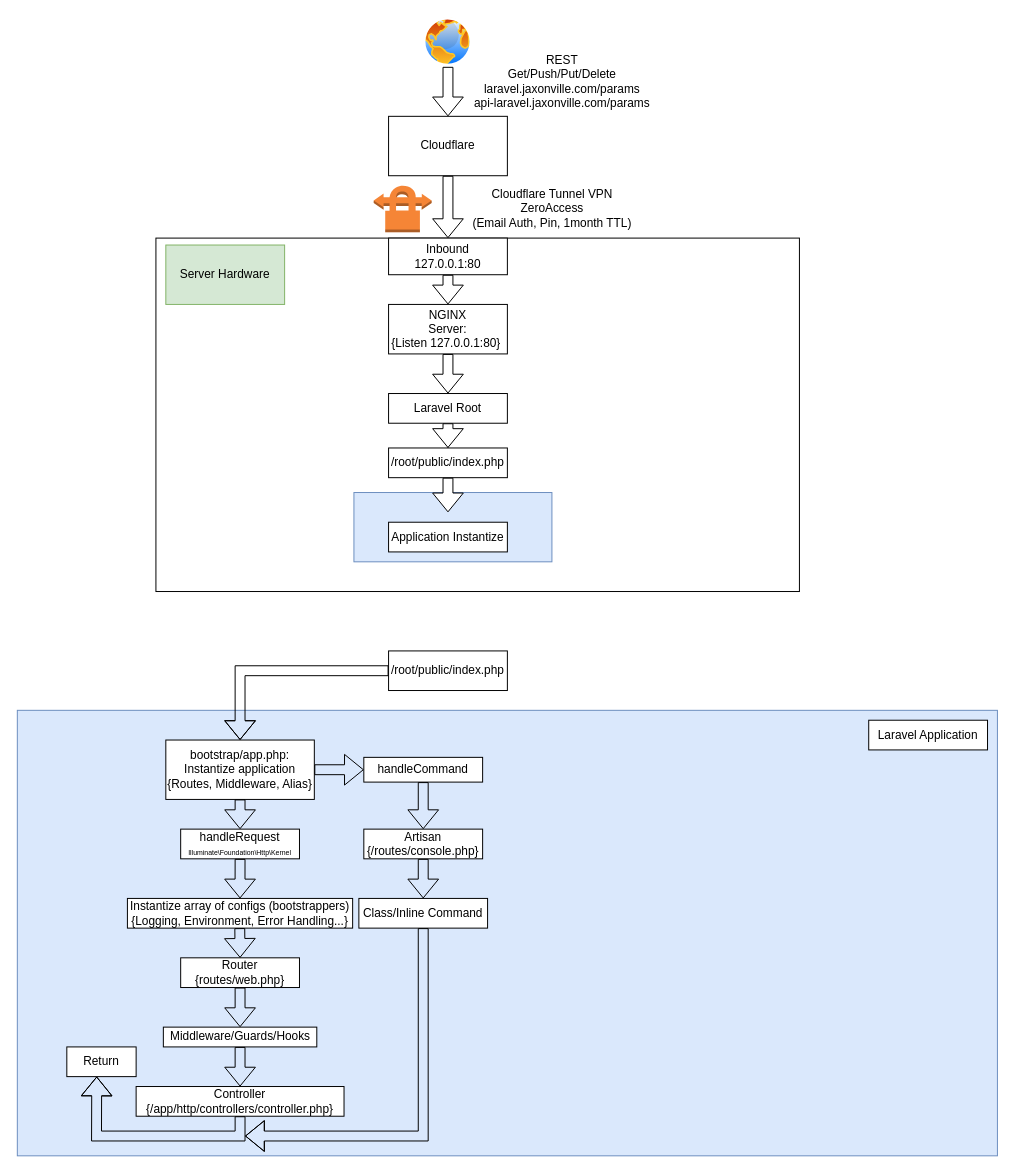
Earlier version of the draw.io diagram Routing.drawio (jjdyo/Jaxons-Homelab-Topology). Source tidied: cells renumbered, new cells numbered last; positions are measured from the earlier drawing's top-left corner, leaving out a move shared by most shapes. Both pictures are drawn from the tidied source at 99%, with x=0, y=0 at pixel (17, 17).
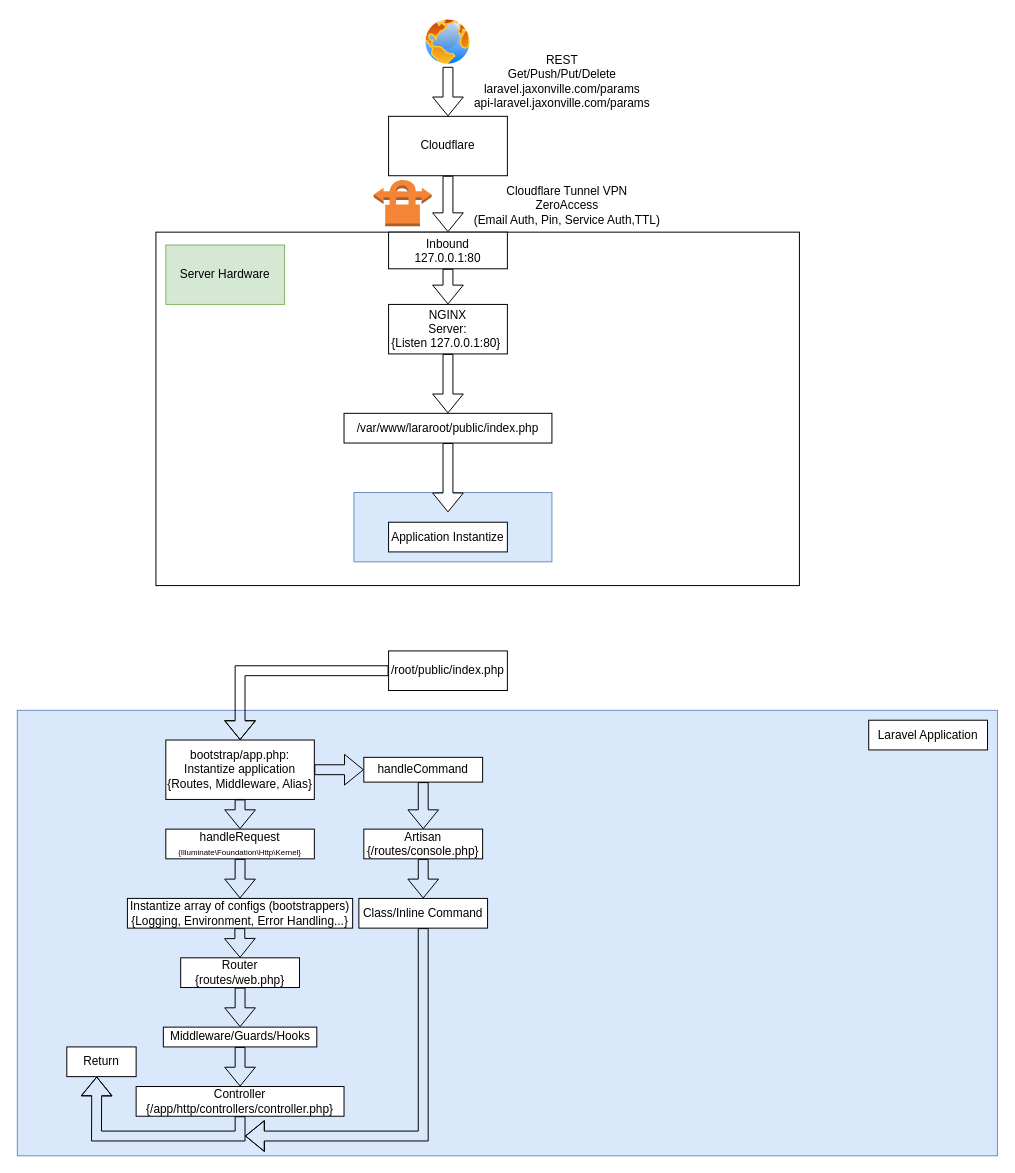
The same page after the edit.

The change refers to these unchanged cells:
```xml
<mxCell id="12" value="NGINX&lt;br&gt;Server:&lt;br&gt;{Listen 127.0.0.1:80}&amp;nbsp;" style="rounded=0;whiteSpace=wrap;html=1;" parent="1" vertex="1">
  <mxGeometry x="375" y="290" width="120" height="50" as="geometry" />
</mxCell>
```

Diff of the diagram source:
```diff
@@
     <mxCell id="2" style="rounded=0;whiteSpace=wrap;html=1;fillColor=none;" parent="1" vertex="1">
-      <mxGeometry x="140" y="223" width="650" height="357" as="geometry" />
+      <mxGeometry x="140" y="217" width="650" height="357" as="geometry" />
     </mxCell>
@@
     <mxCell id="8" value="Inbound&lt;br&gt;127.0.0.1:80" style="rounded=0;whiteSpace=wrap;html=1;" parent="1" vertex="1">
-      <mxGeometry x="375" y="223" width="120" height="37" as="geometry" />
+      <mxGeometry x="375" y="217" width="120" height="37" as="geometry" />
     </mxCell>
@@
-    <mxCell id="10" value="Cloudflare Tunnel VPN&lt;br&gt;ZeroAccess &lt;br&gt;(Email Auth, Pin, 1month TTL)" style="text;html=1;align=center;verticalAlign=middle;strokeColor=none;fillColor=none;" parent="1" vertex="1">
-      <mxGeometry x="450" y="163" width="180" height="60" as="geometry" />
+    <mxCell id="10" value="Cloudflare Tunnel VPN&lt;br&gt;ZeroAccess &lt;br&gt;(Email Auth, Pin, Service Auth,TTL)" style="text;html=1;align=center;verticalAlign=middle;strokeColor=none;fillColor=none;" parent="1" vertex="1">
+      <mxGeometry x="450" y="160" width="210" height="60" as="geometry" />
     </mxCell>
     <mxCell id="11" style="dashed=0;verticalLabelPosition=bottom;verticalAlign=top;align=center;html=1;shape=mxgraph.aws3.vpn_connection;fillColor=#F58536;gradientColor=none;" parent="1" vertex="1">
-      <mxGeometry x="360" y="169" width="58.5" height="48" as="geometry" />
+      <mxGeometry x="360" y="163" width="58.5" height="48" as="geometry" />
     </mxCell>
@@
-    <mxCell id="14" value="Laravel Root" style="rounded=0;whiteSpace=wrap;html=1;" parent="1" vertex="1">
-      <mxGeometry x="375" y="380" width="120" height="30" as="geometry" />
-    </mxCell>
-    <mxCell id="15" style="shape=flexArrow;endArrow=classic;html=1;rounded=0;exitX=0.5;exitY=1;exitDx=0;exitDy=0;entryX=0.5;entryY=0;entryDx=0;entryDy=0;" parent="1" edge="1" source="12" target="14">
+    <mxCell id="15" style="shape=flexArrow;endArrow=classic;html=1;rounded=0;exitX=0.5;exitY=1;exitDx=0;exitDy=0;entryX=0.5;entryY=0;entryDx=0;entryDy=0;" parent="1" edge="1" source="12" target="17">
       <mxGeometry relative="1" as="geometry" />
     </mxCell>
-    <mxCell id="16" style="edgeStyle=orthogonalEdgeStyle;rounded=0;jettySize=auto;html=1;" parent="1" edge="1" source="17" target="14">
-      <mxGeometry relative="1" as="geometry" />
-    </mxCell>
-    <mxCell id="17" value="/root/public/index.php" style="rounded=0;whiteSpace=wrap;html=1;" parent="1" vertex="1">
-      <mxGeometry x="375" y="435" width="120" height="30" as="geometry" />
+    <mxCell id="17" value="/var/www/lararoot/public/index.php" style="rounded=0;whiteSpace=wrap;html=1;" parent="1" vertex="1">
+      <mxGeometry x="330" y="400" width="210" height="30" as="geometry" />
     </mxCell>
@@
-    <mxCell id="19" style="shape=flexArrow;endArrow=classic;html=1;rounded=0;exitX=0.5;exitY=1;exitDx=0;exitDy=0;entryX=0.5;entryY=0;entryDx=0;entryDy=0;fillColor=default;" parent="1" edge="1" source="14" target="17">
-      <mxGeometry relative="1" as="geometry" />
-    </mxCell>
@@
-    <mxCell id="27" value="handleRequest&lt;br&gt;&lt;span style=&quot;text-align: left;&quot;&gt;&lt;font style=&quot;font-size: 7px;&quot;&gt;Illuminate\Foundation\Http\Kernel&lt;/font&gt;&lt;/span&gt;" style="rounded=0;whiteSpace=wrap;html=1;" parent="1" vertex="1">
-      <mxGeometry x="165" y="820" width="120" height="30" as="geometry" />
+    <mxCell id="27" value="handleRequest&lt;br&gt;&lt;span style=&quot;text-align: left;&quot;&gt;&lt;font style=&quot;font-size: 8px;&quot;&gt;{Illuminate\Foundation\Http\Kernel}&lt;/font&gt;&lt;/span&gt;" style="rounded=0;whiteSpace=wrap;html=1;" parent="1" vertex="1">
+      <mxGeometry x="150" y="820" width="150" height="30" as="geometry" />
     </mxCell>
```
